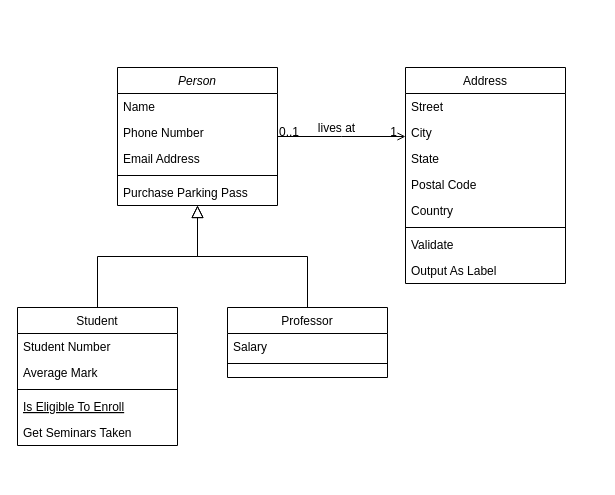
This is 제목 없는 다이어그램.drawio from Buppong/MFC_Begineer, a draw.io file, before an edit. Source tidied: cells renumbered, new cells numbered last; positions are measured from the earlier drawing's top-left corner, leaving out a move shared by most shapes. Both pictures are drawn from the tidied source at 100%, with x=0, y=0 at pixel (17, 67).
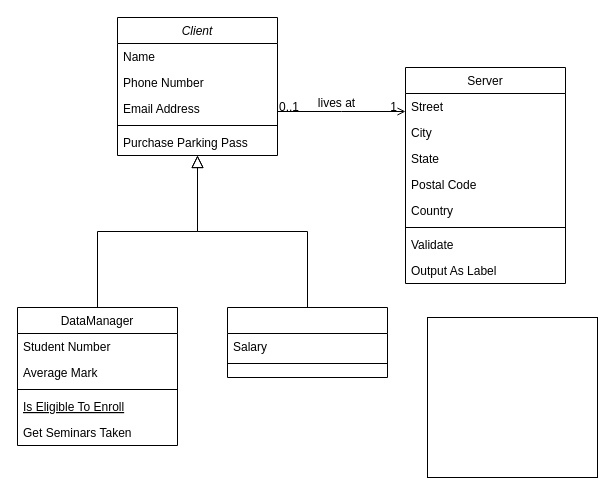
Above is the later version.

Change to the diagram source:
```diff
@@
-    <mxCell id="2" value="Person" style="swimlane;fontStyle=2;align=center;verticalAlign=top;horizontal=1;startSize=26;rounded=0;shadow=0;strokeWidth=1;" parent="1" vertex="1">
-      <mxGeometry x="100" width="160" height="138" as="geometry" />
+    <mxCell id="2" value="Client" style="swimlane;fontStyle=2;align=center;verticalAlign=top;horizontal=1;startSize=26;rounded=0;shadow=0;strokeWidth=1;" parent="1" vertex="1">
+      <mxGeometry x="100" y="-50" width="160" height="138" as="geometry" />
     </mxCell>
@@
-    <mxCell id="8" value="Student" style="swimlane;fontStyle=0;align=center;verticalAlign=top;horizontal=1;startSize=26;rounded=0;shadow=0;strokeWidth=1;" parent="1" vertex="1">
+    <mxCell id="8" value="DataManager" style="swimlane;fontStyle=0;align=center;verticalAlign=top;horizontal=1;startSize=26;rounded=0;shadow=0;strokeWidth=1;" parent="1" vertex="1">
       <mxGeometry y="240" width="160" height="138" as="geometry" />
     </mxCell>
@@
-    <mxCell id="15" value="Professor" style="swimlane;fontStyle=0;align=center;verticalAlign=top;horizontal=1;startSize=26;rounded=0;shadow=0;strokeWidth=1;" parent="1" vertex="1">
+    <mxCell id="15" style="swimlane;fontStyle=0;align=center;verticalAlign=top;horizontal=1;startSize=26;rounded=0;shadow=0;strokeWidth=1;" parent="1" vertex="1">
       <mxGeometry x="210" y="240" width="160" height="70" as="geometry" />
     </mxCell>
@@
-    <mxCell id="19" value="Address" style="swimlane;fontStyle=0;align=center;verticalAlign=top;horizontal=1;startSize=26;rounded=0;shadow=0;strokeWidth=1;" parent="1" vertex="1">
+    <mxCell id="19" value="Server" style="swimlane;fontStyle=0;align=center;verticalAlign=top;horizontal=1;startSize=26;rounded=0;shadow=0;strokeWidth=1;" parent="1" vertex="1">
       <mxGeometry x="388" width="160" height="216" as="geometry" />
     </mxCell>
@@
+    <mxCell id="32" style="rounded=0;whiteSpace=wrap;html=1;" parent="1" vertex="1">
+      <mxGeometry x="410" y="250" width="170" height="160" as="geometry" />
+    </mxCell>
```
